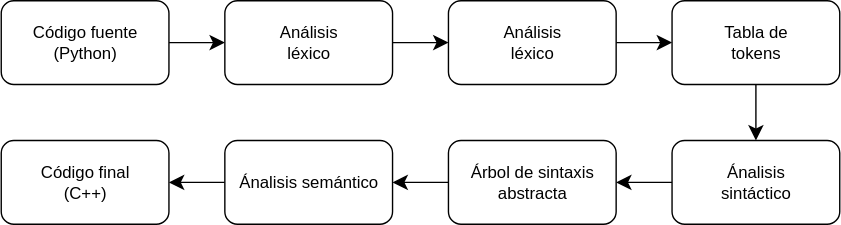
Above: imgs/flujo_datos_fases.svg in Juanispluz/Compilador (draw.io), before the change. Source tidied: cells renumbered, new cells last; positions are measured from the earlier drawing's top-left corner, leaving out a move shared by most shapes.
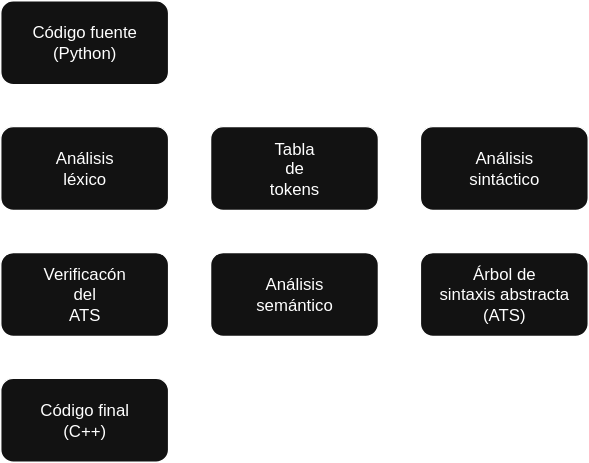
Later version of the same file.

Change to the diagram source:
```diff
@@ -2,50 +2,50 @@
   <root>
     <mxCell id="0" />
     <mxCell id="1" parent="0" />
-    <mxCell id="2" style="edgeStyle=none;curved=1;rounded=0;jettySize=auto;html=1;exitX=1;exitY=0.5;exitDx=0;exitDy=0;entryX=0;entryY=0.5;entryDx=0;entryDy=0;fontSize=12;startSize=8;endSize=8;" parent="1" edge="1" source="3" target="5">
-      <mxGeometry relative="1" as="geometry" />
-    </mxCell>
+    <mxCell id="17" style="edgeStyle=orthogonalEdgeStyle;rounded=0;jettySize=auto;html=1;exitX=0.5;exitY=1;exitDx=0;exitDy=0;entryX=0.5;entryY=0;entryDx=0;entryDy=0;labelBackgroundColor=none;fontColor=default;" parent="1" edge="1" source="3" target="19">
+      <mxGeometry relative="1" as="geometry" />
+    </mxCell>
-    <mxCell id="3" value="&lt;div&gt;Código fuente&lt;/div&gt;&lt;div&gt;(Python)&lt;/div&gt;" style="rounded=1;whiteSpace=wrap;html=1;" parent="1" vertex="1">
-      <mxGeometry width="120" height="60" as="geometry" />
+    <mxCell id="3" value="Código fuente&lt;br&gt;&lt;div&gt;(Python)&lt;/div&gt;" style="rounded=1;whiteSpace=wrap;html=1;labelBackgroundColor=none;" parent="1" vertex="1">
+      <mxGeometry x="120" y="20" width="120" height="60" as="geometry" />
     </mxCell>
-    <mxCell id="4" style="edgeStyle=none;curved=1;rounded=0;jettySize=auto;html=1;exitX=1;exitY=0.5;exitDx=0;exitDy=0;entryX=0;entryY=0.5;entryDx=0;entryDy=0;fontSize=12;startSize=8;endSize=8;" parent="1" edge="1" source="5" target="7">
-      <mxGeometry relative="1" as="geometry" />
-    </mxCell>
-    <mxCell id="5" value="Análisis&lt;br&gt;léxico" style="rounded=1;whiteSpace=wrap;html=1;" parent="1" vertex="1">
-      <mxGeometry x="160" width="120" height="60" as="geometry" />
-    </mxCell>
-    <mxCell id="6" style="edgeStyle=none;curved=1;rounded=0;jettySize=auto;html=1;exitX=1;exitY=0.5;exitDx=0;exitDy=0;entryX=0;entryY=0.5;entryDx=0;entryDy=0;fontSize=12;startSize=8;endSize=8;" parent="1" edge="1" source="7" target="9">
-      <mxGeometry relative="1" as="geometry" />
-    </mxCell>
-    <mxCell id="7" value="Análisis&lt;br&gt;léxico" style="rounded=1;whiteSpace=wrap;html=1;" parent="1" vertex="1">
-      <mxGeometry x="320" width="120" height="60" as="geometry" />
-    </mxCell>
-    <mxCell id="8" style="edgeStyle=none;curved=1;rounded=0;jettySize=auto;html=1;exitX=0.5;exitY=1;exitDx=0;exitDy=0;entryX=0.5;entryY=0;entryDx=0;entryDy=0;fontSize=12;startSize=8;endSize=8;" parent="1" edge="1" source="9" target="11">
-      <mxGeometry relative="1" as="geometry" />
-    </mxCell>
+    <mxCell id="18" style="edgeStyle=orthogonalEdgeStyle;rounded=0;jettySize=auto;html=1;exitX=1;exitY=0.5;exitDx=0;exitDy=0;entryX=0;entryY=0.5;entryDx=0;entryDy=0;labelBackgroundColor=none;fontColor=default;" parent="1" edge="1" source="19" target="9">
+      <mxGeometry relative="1" as="geometry" />
+    </mxCell>
+    <mxCell id="19" value="Análisis&lt;br&gt;léxico" style="rounded=1;whiteSpace=wrap;html=1;labelBackgroundColor=none;" parent="1" vertex="1">
+      <mxGeometry x="120" y="110" width="120" height="60" as="geometry" />
+    </mxCell>
+    <mxCell id="20" style="edgeStyle=orthogonalEdgeStyle;rounded=0;jettySize=auto;html=1;exitX=1;exitY=0.5;exitDx=0;exitDy=0;entryX=0;entryY=0.5;entryDx=0;entryDy=0;labelBackgroundColor=none;fontColor=default;" parent="1" edge="1" source="9" target="22">
+      <mxGeometry relative="1" as="geometry" />
+    </mxCell>
-    <mxCell id="9" value="Tabla de&lt;br&gt;tokens" style="rounded=1;whiteSpace=wrap;html=1;" parent="1" vertex="1">
-      <mxGeometry x="480" width="120" height="60" as="geometry" />
+    <mxCell id="9" value="&lt;div&gt;Tabla&lt;/div&gt;&lt;div&gt;de&lt;/div&gt;&lt;div&gt;tokens&lt;/div&gt;" style="rounded=1;whiteSpace=wrap;html=1;labelBackgroundColor=none;" parent="1" vertex="1">
+      <mxGeometry x="270" y="110" width="120" height="60" as="geometry" />
     </mxCell>
-    <mxCell id="10" style="edgeStyle=none;curved=1;rounded=0;jettySize=auto;html=1;exitX=0;exitY=0.5;exitDx=0;exitDy=0;entryX=1;entryY=0.5;entryDx=0;entryDy=0;fontSize=12;startSize=8;endSize=8;" parent="1" edge="1" source="11" target="13">
-      <mxGeometry relative="1" as="geometry" />
-    </mxCell>
-    <mxCell id="11" value="Ánalisis&lt;br&gt;sintáctico" style="rounded=1;whiteSpace=wrap;html=1;" parent="1" vertex="1">
-      <mxGeometry x="480" y="100" width="120" height="60" as="geometry" />
-    </mxCell>
-    <mxCell id="12" style="edgeStyle=none;curved=1;rounded=0;jettySize=auto;html=1;exitX=0;exitY=0.5;exitDx=0;exitDy=0;fontSize=12;startSize=8;endSize=8;" parent="1" edge="1" source="13" target="15">
-      <mxGeometry relative="1" as="geometry" />
-    </mxCell>
-    <mxCell id="13" value="Árbol de sintaxis&lt;br&gt;abstracta" style="rounded=1;whiteSpace=wrap;html=1;" parent="1" vertex="1">
-      <mxGeometry x="320" y="100" width="120" height="60" as="geometry" />
-    </mxCell>
-    <mxCell id="14" style="edgeStyle=none;curved=1;rounded=0;jettySize=auto;html=1;exitX=0;exitY=0.5;exitDx=0;exitDy=0;entryX=1;entryY=0.5;entryDx=0;entryDy=0;fontSize=12;startSize=8;endSize=8;" parent="1" edge="1" source="15" target="16">
-      <mxGeometry relative="1" as="geometry" />
-    </mxCell>
-    <mxCell id="15" value="Ánalisis semántico" style="rounded=1;whiteSpace=wrap;html=1;" parent="1" vertex="1">
-      <mxGeometry x="160" y="100" width="120" height="60" as="geometry" />
-    </mxCell>
+    <mxCell id="21" style="edgeStyle=orthogonalEdgeStyle;rounded=0;jettySize=auto;html=1;exitX=0.5;exitY=1;exitDx=0;exitDy=0;entryX=0.5;entryY=0;entryDx=0;entryDy=0;labelBackgroundColor=none;fontColor=default;" parent="1" edge="1" source="22" target="24">
+      <mxGeometry relative="1" as="geometry" />
+    </mxCell>
+    <mxCell id="22" value="Análisis&lt;br&gt;sintáctico" style="rounded=1;whiteSpace=wrap;html=1;labelBackgroundColor=none;" parent="1" vertex="1">
+      <mxGeometry x="420" y="110" width="120" height="60" as="geometry" />
+    </mxCell>
+    <mxCell id="23" style="edgeStyle=orthogonalEdgeStyle;rounded=0;jettySize=auto;html=1;exitX=0;exitY=0.5;exitDx=0;exitDy=0;entryX=1;entryY=0.5;entryDx=0;entryDy=0;labelBackgroundColor=none;fontColor=default;" parent="1" edge="1" source="24" target="26">
+      <mxGeometry relative="1" as="geometry" />
+    </mxCell>
+    <mxCell id="24" value="&lt;div&gt;Árbol de&lt;/div&gt;&lt;div&gt;sintaxis abstracta&lt;br&gt;(ATS)&lt;/div&gt;" style="rounded=1;whiteSpace=wrap;html=1;labelBackgroundColor=none;" parent="1" vertex="1">
+      <mxGeometry x="420" y="200" width="120" height="60" as="geometry" />
+    </mxCell>
+    <mxCell id="25" style="edgeStyle=orthogonalEdgeStyle;rounded=0;jettySize=auto;html=1;exitX=0;exitY=0.5;exitDx=0;exitDy=0;entryX=1;entryY=0.5;entryDx=0;entryDy=0;labelBackgroundColor=none;fontColor=default;" parent="1" edge="1" source="26" target="28">
+      <mxGeometry relative="1" as="geometry" />
+    </mxCell>
+    <mxCell id="26" value="Análisis&lt;br&gt;semántico" style="rounded=1;whiteSpace=wrap;html=1;labelBackgroundColor=none;" parent="1" vertex="1">
+      <mxGeometry x="270" y="200" width="120" height="60" as="geometry" />
+    </mxCell>
+    <mxCell id="27" style="edgeStyle=orthogonalEdgeStyle;rounded=0;jettySize=auto;html=1;exitX=0.5;exitY=1;exitDx=0;exitDy=0;entryX=0.5;entryY=0;entryDx=0;entryDy=0;labelBackgroundColor=none;fontColor=default;" parent="1" edge="1" source="28" target="16">
+      <mxGeometry relative="1" as="geometry" />
+    </mxCell>
+    <mxCell id="28" value="&lt;div&gt;Verificacón&lt;/div&gt;&lt;div&gt;del&lt;/div&gt;&lt;div&gt;ATS&lt;/div&gt;" style="rounded=1;whiteSpace=wrap;html=1;labelBackgroundColor=none;" parent="1" vertex="1">
+      <mxGeometry x="120" y="200" width="120" height="60" as="geometry" />
+    </mxCell>
-    <mxCell id="16" value="Código final&lt;br&gt;(C++)" style="rounded=1;whiteSpace=wrap;html=1;" parent="1" vertex="1">
-      <mxGeometry y="100" width="120" height="60" as="geometry" />
+    <mxCell id="16" value="Código final&lt;div&gt;(C++)&lt;/div&gt;" style="rounded=1;whiteSpace=wrap;html=1;labelBackgroundColor=none;" parent="1" vertex="1">
+      <mxGeometry x="120" y="290" width="120" height="60" as="geometry" />
     </mxCell>
   </root>
 </mxGraphModel>
```
